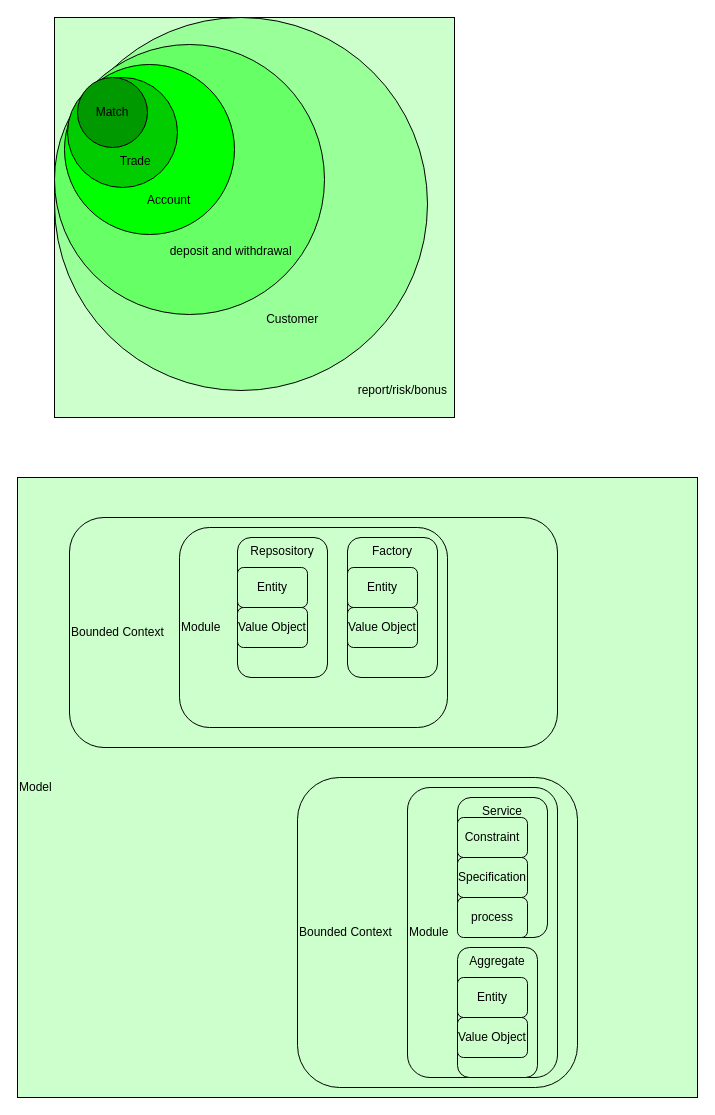
danielang2020/diagrams keeps this draw.io diagram as cats_domain.drawio. Above is the earlier version. Source tidied: cells renumbered, new cells numbered last; positions are measured from the earlier drawing's top-left corner, leaving out a move shared by most shapes. Both pictures are drawn from the tidied source at 100%, with x=0, y=0 at pixel (17, 17).
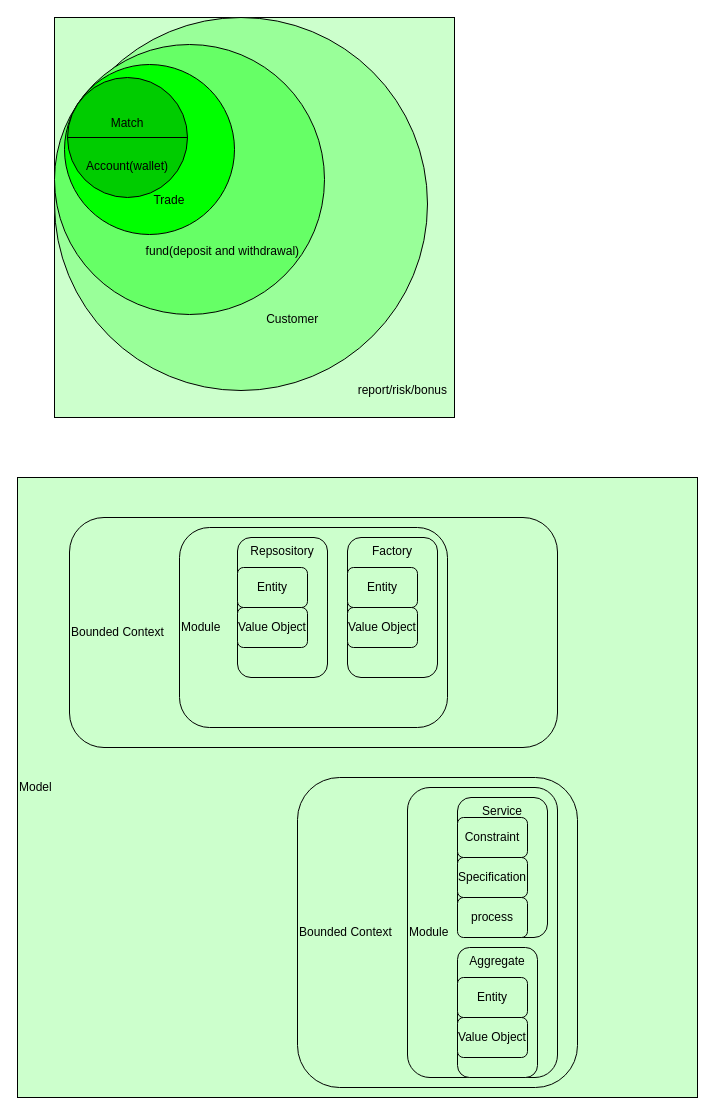
The same page after the edit.

The edit, as a diff of the source:
```diff
@@
-    <mxCell id="4" value="&amp;nbsp; &amp;nbsp; &amp;nbsp; &amp;nbsp; &amp;nbsp; &amp;nbsp; &amp;nbsp; &amp;nbsp; &amp;nbsp; &amp;nbsp; &amp;nbsp; &amp;nbsp; &amp;nbsp; &amp;nbsp; &amp;nbsp; &amp;nbsp; &amp;nbsp; &amp;nbsp; &amp;nbsp; &amp;nbsp;&lt;br&gt;&lt;br&gt;&lt;div style=&quot;text-align: right&quot;&gt;&lt;span&gt;&lt;br&gt;&lt;/span&gt;&lt;/div&gt;&lt;div style=&quot;text-align: right&quot;&gt;&lt;span&gt;&lt;br&gt;&lt;/span&gt;&lt;/div&gt;&lt;div style=&quot;text-align: right&quot;&gt;&lt;span&gt;&lt;br&gt;&lt;/span&gt;&lt;/div&gt;&lt;div style=&quot;text-align: right&quot;&gt;&lt;span&gt;&lt;br&gt;&lt;/span&gt;&lt;/div&gt;&lt;div style=&quot;text-align: right&quot;&gt;&lt;span&gt;&lt;br&gt;&lt;/span&gt;&lt;/div&gt;&lt;div style=&quot;text-align: right&quot;&gt;&lt;span&gt;&lt;br&gt;&lt;/span&gt;&lt;/div&gt;&lt;div style=&quot;text-align: right&quot;&gt;&lt;span&gt;&lt;br&gt;&lt;/span&gt;&lt;/div&gt;&lt;div style=&quot;text-align: right&quot;&gt;&lt;span&gt;&lt;br&gt;&lt;/span&gt;&lt;/div&gt;&lt;div style=&quot;text-align: right&quot;&gt;&lt;span&gt;&amp;nbsp; &amp;nbsp; &amp;nbsp; &amp;nbsp; &amp;nbsp; &amp;nbsp; &amp;nbsp; &amp;nbsp; &amp;nbsp; &amp;nbsp; &amp;nbsp; &amp;nbsp; &amp;nbsp;deposit and withdrawal&lt;/span&gt;&lt;/div&gt;" style="ellipse;whiteSpace=wrap;html=1;fillColor=#66FF66;" parent="1" vertex="1">
+    <mxCell id="4" value="&amp;nbsp; &amp;nbsp; &amp;nbsp; &amp;nbsp; &amp;nbsp; &amp;nbsp; &amp;nbsp; &amp;nbsp; &amp;nbsp; &amp;nbsp; &amp;nbsp; &amp;nbsp; &amp;nbsp; &amp;nbsp; &amp;nbsp; &amp;nbsp; &amp;nbsp; &amp;nbsp; &amp;nbsp; &amp;nbsp;&lt;br&gt;&lt;br&gt;&lt;div style=&quot;text-align: right&quot;&gt;&lt;span&gt;&lt;br&gt;&lt;/span&gt;&lt;/div&gt;&lt;div style=&quot;text-align: right&quot;&gt;&lt;span&gt;&lt;br&gt;&lt;/span&gt;&lt;/div&gt;&lt;div style=&quot;text-align: right&quot;&gt;&lt;span&gt;&lt;br&gt;&lt;/span&gt;&lt;/div&gt;&lt;div style=&quot;text-align: right&quot;&gt;&lt;span&gt;&lt;br&gt;&lt;/span&gt;&lt;/div&gt;&lt;div style=&quot;text-align: right&quot;&gt;&lt;span&gt;&lt;br&gt;&lt;/span&gt;&lt;/div&gt;&lt;div style=&quot;text-align: right&quot;&gt;&lt;span&gt;&lt;br&gt;&lt;/span&gt;&lt;/div&gt;&lt;div style=&quot;text-align: right&quot;&gt;&lt;span&gt;&lt;br&gt;&lt;/span&gt;&lt;/div&gt;&lt;div style=&quot;text-align: right&quot;&gt;&lt;span&gt;&lt;br&gt;&lt;/span&gt;&lt;/div&gt;&lt;div style=&quot;text-align: right&quot;&gt;&lt;span&gt;&amp;nbsp; &amp;nbsp; &amp;nbsp; &amp;nbsp; &amp;nbsp; &amp;nbsp; &amp;nbsp; &amp;nbsp; &amp;nbsp; &amp;nbsp; fund(deposit and withdrawal)&lt;/span&gt;&lt;/div&gt;" style="ellipse;whiteSpace=wrap;html=1;fillColor=#66FF66;" parent="1" vertex="1">
       <mxGeometry x="37" y="27" width="270" height="270" as="geometry" />
     </mxCell>
-    <mxCell id="5" value="&lt;br&gt;&lt;br&gt;&lt;br&gt;&lt;br&gt;&amp;nbsp; &amp;nbsp; &amp;nbsp; &amp;nbsp;&lt;br&gt;&lt;br&gt;&lt;br&gt;&amp;nbsp; &amp;nbsp; &amp;nbsp; &amp;nbsp; &amp;nbsp; &amp;nbsp; Account" style="ellipse;whiteSpace=wrap;html=1;fillColor=#00FF00;" parent="1" vertex="1">
+    <mxCell id="5" value="&lt;br&gt;&lt;br&gt;&lt;br&gt;&lt;br&gt;&amp;nbsp; &amp;nbsp; &amp;nbsp; &amp;nbsp;&lt;br&gt;&lt;br&gt;&lt;br&gt;&amp;nbsp; &amp;nbsp; &amp;nbsp; &amp;nbsp; &amp;nbsp; &amp;nbsp; Trade" style="ellipse;whiteSpace=wrap;html=1;fillColor=#00FF00;" parent="1" vertex="1">
       <mxGeometry x="47" y="47" width="170" height="170" as="geometry" />
     </mxCell>
-    <mxCell id="6" value="&lt;br&gt;&lt;br&gt;&lt;br&gt;&lt;br&gt;&amp;nbsp; &amp;nbsp; &amp;nbsp; &amp;nbsp; Trade" style="ellipse;whiteSpace=wrap;html=1;fillColor=#00CC00;" parent="1" vertex="1">
-      <mxGeometry x="50" y="60" width="110" height="110" as="geometry" />
+    <mxCell id="6" value="&lt;br&gt;Match&lt;br&gt;&lt;br&gt;&amp;nbsp; &amp;nbsp; &amp;nbsp;&lt;br&gt;Account(wallet)" style="ellipse;whiteSpace=wrap;html=1;fillColor=#00CC00;" parent="1" vertex="1">
+      <mxGeometry x="50" y="60" width="120" height="120" as="geometry" />
     </mxCell>
-    <mxCell id="7" value="Match" style="ellipse;whiteSpace=wrap;html=1;fillColor=#009900;" parent="1" vertex="1">
-      <mxGeometry x="60" y="60" width="70" height="70" as="geometry" />
-    </mxCell>
@@
+    <mxCell id="26" style="endArrow=none;html=1;rounded=0;entryX=1;entryY=0.5;entryDx=0;entryDy=0;exitX=0;exitY=0.5;exitDx=0;exitDy=0;" parent="1" edge="1" source="6" target="6">
+      <mxGeometry relative="1" as="geometry" />
+    </mxCell>
```
